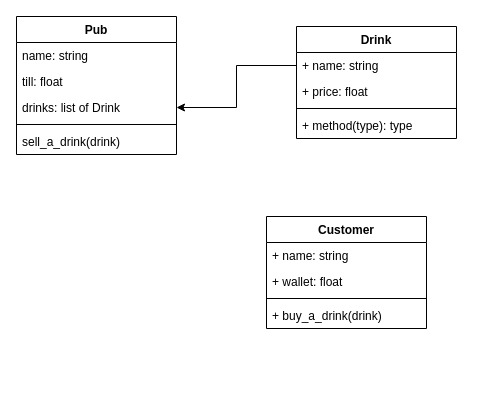
The draw.io diagram page "Page-1" (2 of 2) of diagram.drawio in Stanhoucke/pub_lab_testing, before the edit. Source tidied: cells renumbered, new cells numbered last; positions are measured from the earlier drawing's top-left corner, leaving out a move shared by most shapes. Both pictures are drawn from the tidied source at 100%, with x=0, y=0 at pixel (16, 16).
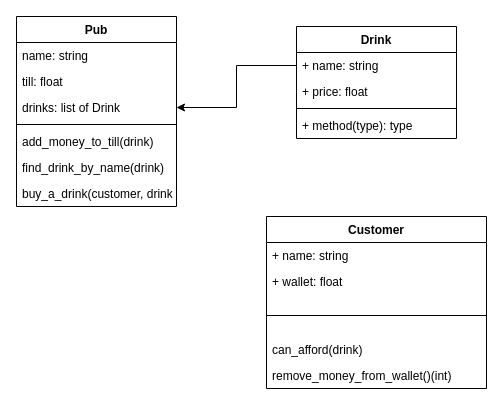
The same diagram, later.

Commit message (it also covers changes not shown here):
written and passed customer can_afford method

The edit, as a diff of the source:
```diff
@@
     <mxCell id="2" value="Pub" style="swimlane;fontStyle=1;align=center;verticalAlign=top;horizontal=1;startSize=26;" parent="1" vertex="1">
-      <mxGeometry width="160" height="138" as="geometry" />
+      <mxGeometry width="160" height="190" as="geometry" />
     </mxCell>
@@
+    <mxCell id="19" value="add_money_to_till(drink)" style="text;strokeColor=none;fillColor=none;align=left;verticalAlign=top;spacingLeft=4;spacingRight=4;overflow=hidden;" parent="2" vertex="1">
+      <mxGeometry y="112" width="160" height="26" as="geometry" />
+    </mxCell>
+    <mxCell id="20" value="find_drink_by_name(drink)" style="text;strokeColor=none;fillColor=none;align=left;verticalAlign=top;spacingLeft=4;spacingRight=4;overflow=hidden;" parent="2" vertex="1">
+      <mxGeometry y="138" width="160" height="26" as="geometry" />
+    </mxCell>
-    <mxCell id="7" value="sell_a_drink(drink)" style="text;strokeColor=none;fillColor=none;align=left;verticalAlign=top;spacingLeft=4;spacingRight=4;overflow=hidden;" parent="2" vertex="1">
-      <mxGeometry y="112" width="160" height="26" as="geometry" />
+    <mxCell id="7" value="buy_a_drink(customer, drink)" style="text;strokeColor=none;fillColor=none;align=left;verticalAlign=top;spacingLeft=4;spacingRight=4;overflow=hidden;" parent="2" vertex="1">
+      <mxGeometry y="164" width="160" height="26" as="geometry" />
     </mxCell>
@@
     <mxCell id="14" value="Customer" style="swimlane;fontStyle=1;align=center;verticalAlign=top;horizontal=1;startSize=26;" parent="1" vertex="1">
-      <mxGeometry x="250" y="200" width="160" height="112" as="geometry" />
+      <mxGeometry x="250" y="200" width="220" height="172" as="geometry" />
     </mxCell>
     <mxCell id="15" value="+ name: string" style="text;strokeColor=none;fillColor=none;align=left;verticalAlign=top;spacingLeft=4;spacingRight=4;overflow=hidden;" parent="14" vertex="1">
-      <mxGeometry y="26" width="160" height="26" as="geometry" />
+      <mxGeometry y="26" width="220" height="26" as="geometry" />
     </mxCell>
     <mxCell id="16" value="+ wallet: float" style="text;strokeColor=none;fillColor=none;align=left;verticalAlign=top;spacingLeft=4;spacingRight=4;overflow=hidden;" parent="14" vertex="1">
-      <mxGeometry y="52" width="160" height="26" as="geometry" />
+      <mxGeometry y="52" width="220" height="26" as="geometry" />
     </mxCell>
     <mxCell id="17" style="line;strokeWidth=1;fillColor=none;align=left;verticalAlign=middle;spacingTop=-1;spacingLeft=3;spacingRight=3;labelPosition=right;" parent="14" vertex="1">
-      <mxGeometry y="78" width="160" height="8" as="geometry" />
+      <mxGeometry y="78" width="220" height="42" as="geometry" />
     </mxCell>
-    <mxCell id="18" value="+ buy_a_drink(drink)" style="text;strokeColor=none;fillColor=none;align=left;verticalAlign=top;spacingLeft=4;spacingRight=4;overflow=hidden;" parent="14" vertex="1">
-      <mxGeometry y="86" width="160" height="26" as="geometry" />
-    </mxCell>
+    <mxCell id="21" value="can_afford(drink)" style="text;strokeColor=none;fillColor=none;align=left;verticalAlign=top;spacingLeft=4;spacingRight=4;overflow=hidden;" parent="14" vertex="1">
+      <mxGeometry y="120" width="220" height="26" as="geometry" />
+    </mxCell>
+    <mxCell id="22" value="remove_money_from_wallet()(int)" style="text;strokeColor=none;fillColor=none;align=left;verticalAlign=top;spacingLeft=4;spacingRight=4;overflow=hidden;" parent="14" vertex="1">
+      <mxGeometry y="146" width="220" height="26" as="geometry" />
+    </mxCell>
```
